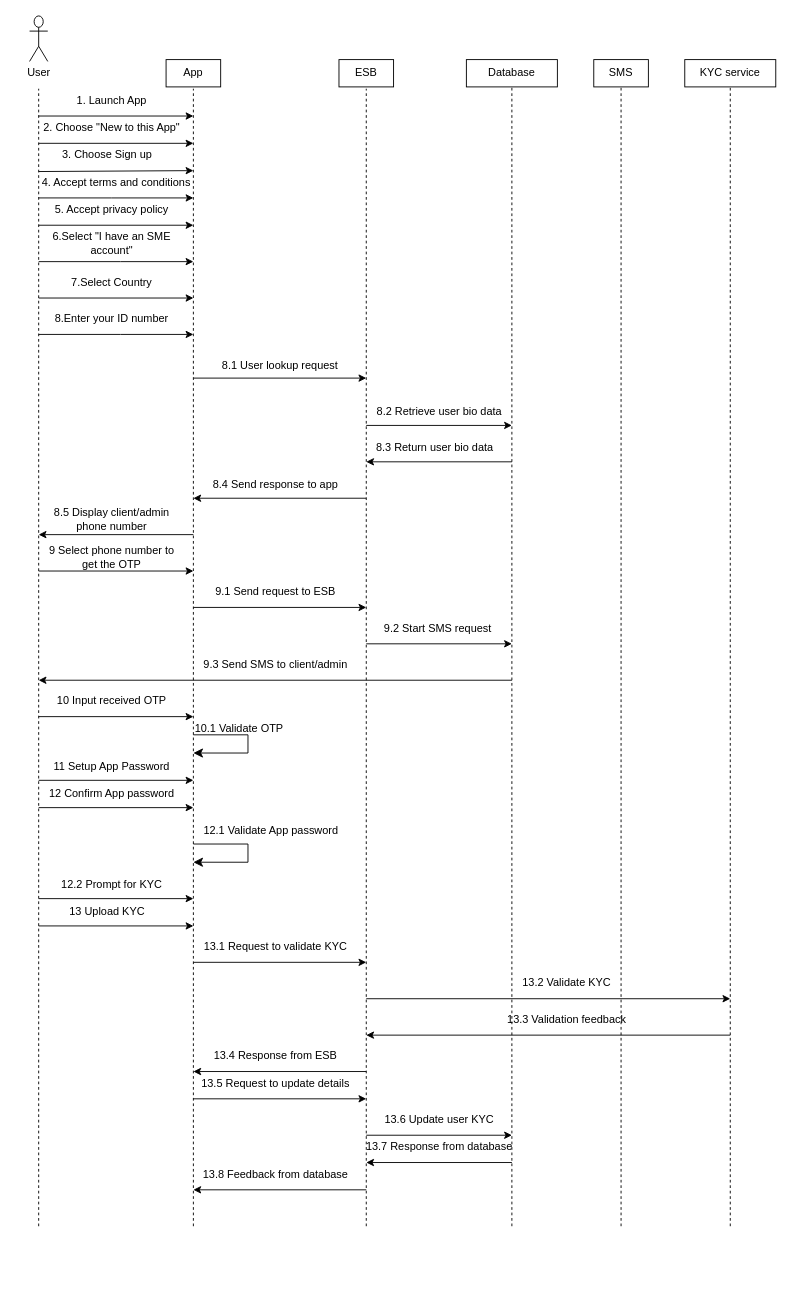
The draw.io diagram Untitled Diagram.drawio in Dbossman101/CV, before the edit. Source tidied: cells renumbered, new cells numbered last; positions are measured from the earlier drawing's top-left corner, leaving out a move shared by most shapes. Both pictures are drawn from the tidied source at 91%, with x=0, y=0 at pixel (15, 15).
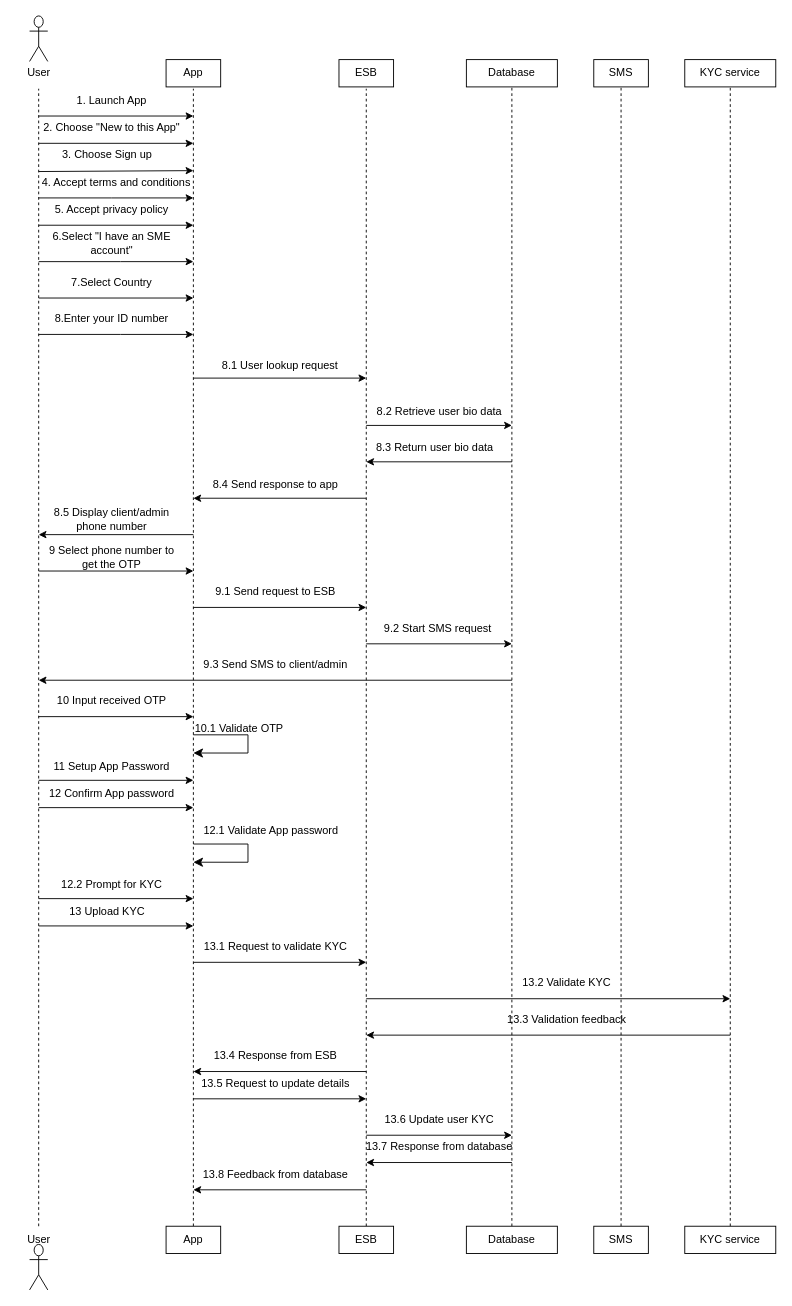
The same page after the edit.

Diff of the diagram source:
```diff
@@
+    <mxCell id="79" value="App" style="rounded=0;whiteSpace=wrap;html=1;" parent="1" vertex="1">
+      <mxGeometry x="165" y="1330" width="60" height="30" as="geometry" />
+    </mxCell>
+    <mxCell id="80" value="ESB" style="rounded=0;whiteSpace=wrap;html=1;" parent="1" vertex="1">
+      <mxGeometry x="355" y="1330" width="60" height="30" as="geometry" />
+    </mxCell>
+    <mxCell id="81" value="Database" style="rounded=0;whiteSpace=wrap;html=1;" parent="1" vertex="1">
+      <mxGeometry x="495" y="1330" width="100" height="30" as="geometry" />
+    </mxCell>
+    <mxCell id="82" value="SMS" style="rounded=0;whiteSpace=wrap;html=1;" parent="1" vertex="1">
+      <mxGeometry x="635" y="1330" width="60" height="30" as="geometry" />
+    </mxCell>
+    <mxCell id="83" value="KYC service" style="rounded=0;whiteSpace=wrap;html=1;" parent="1" vertex="1">
+      <mxGeometry x="735" y="1330" width="100" height="30" as="geometry" />
+    </mxCell>
+    <mxCell id="84" value="User" style="text;html=1;align=center;verticalAlign=middle;strokeColor=none;fillColor=none;" parent="1" vertex="1">
+      <mxGeometry y="1330" width="50" height="30" as="geometry" />
+    </mxCell>
+    <mxCell id="85" style="shape=umlActor;verticalLabelPosition=bottom;verticalAlign=top;html=1;" parent="1" vertex="1">
+      <mxGeometry x="15" y="1350" width="20" height="50" as="geometry" />
+    </mxCell>
```
